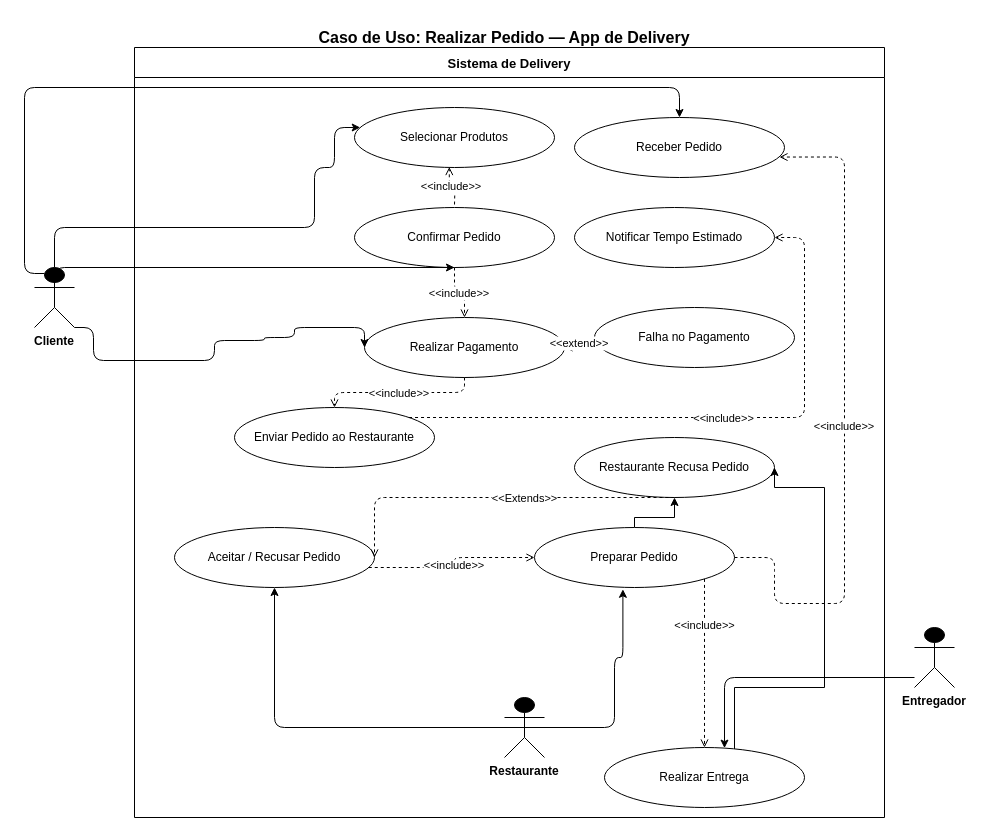
This is CasoDeUsoDelivery.drawio from J-Gabriels-dev/projectDataBase, a draw.io file, before an edit. Source tidied: cells renumbered, new cells numbered last; positions are measured from the earlier drawing's top-left corner, leaving out a move shared by most shapes. Both pictures are drawn from the tidied source at 100%, with x=0, y=0 at pixel (24, 17).
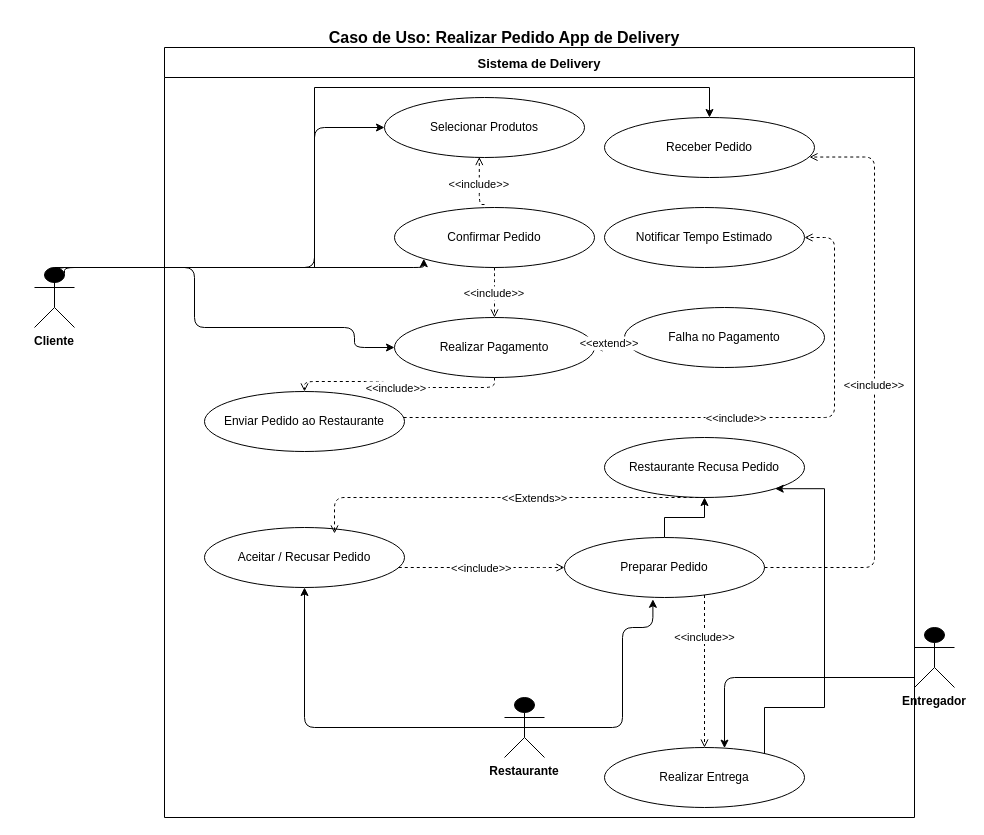
The same diagram, later.

Unchanged cells that the change refers to:
```xml
<mxCell id="6" value="Realizar Pagamento" style="ellipse;whiteSpace=wrap;html=1;fillColor=#ffffff;strokeColor=#000000;fontSize=12;" parent="3" vertex="1">
  <mxGeometry x="230" y="270" width="200" height="60" as="geometry" />
</mxCell>
<mxCell id="8" value="Aceitar / Recusar Pedido" style="ellipse;whiteSpace=wrap;html=1;fillColor=#ffffff;strokeColor=#000000;fontSize=12;" parent="3" vertex="1">
  <mxGeometry x="40" y="480" width="200" height="60" as="geometry" />
</mxCell>
<mxCell id="11" value="Receber Pedido" style="ellipse;whiteSpace=wrap;html=1;fillColor=#ffffff;strokeColor=#000000;fontSize=12;" parent="3" vertex="1">
  <mxGeometry x="440" y="70" width="210" height="60" as="geometry" />
</mxCell>
<mxCell id="14" value="Restaurante Recusa Pedido" style="ellipse;whiteSpace=wrap;html=1;fillColor=#ffffff;strokeColor=#000000;fontSize=12;" parent="3" vertex="1">
  <mxGeometry x="440" y="390" width="200" height="60" as="geometry" />
</mxCell>
<mxCell id="24" value="Cliente" style="shape=umlActor;fillColor=#000000;strokeColor=#000000;fontSize=12;fontStyle=1;verticalLabelPosition=bottom;verticalAlign=top;" parent="1" vertex="1">
  <mxGeometry x="10" y="250" width="40" height="60" as="geometry" />
</mxCell>
<mxCell id="25" value="Restaurante" style="shape=umlActor;fillColor=#000000;strokeColor=#000000;fontSize=12;fontStyle=1;verticalLabelPosition=bottom;verticalAlign=top;" parent="1" vertex="1">
  <mxGeometry x="480" y="680" width="40" height="60" as="geometry" />
</mxCell>
<mxCell id="32" value="Realizar Entrega" style="ellipse;whiteSpace=wrap;html=1;fillColor=#ffffff;strokeColor=#000000;fontSize=12;" parent="1" vertex="1">
  <mxGeometry x="580" y="730" width="200" height="60" as="geometry" />
</mxCell>
```

What changed in the source:
```diff
@@
-    <mxCell id="2" value="Caso de Uso: Realizar Pedido — App de Delivery" style="text;html=1;strokeColor=none;fillColor=none;align=center;verticalAlign=middle;whiteSpace=wrap;rounded=0;fontSize=16;fontStyle=1;" parent="1" vertex="1">
+    <mxCell id="2" value="Caso de Uso: Realizar Pedido App de Delivery" style="text;html=1;strokeColor=none;fillColor=none;align=center;verticalAlign=middle;whiteSpace=wrap;rounded=0;fontSize=16;fontStyle=1;" parent="1" vertex="1">
       <mxGeometry x="140" width="680" height="40" as="geometry" />
     </mxCell>
     <mxCell id="3" value="Sistema de Delivery" style="swimlane;startSize=30;fillColor=none;strokeColor=#000000;fontStyle=1;fontSize=13;align=center;" parent="1" vertex="1">
-      <mxGeometry x="110" y="30" width="750" height="770" as="geometry" />
+      <mxGeometry x="140" y="30" width="750" height="770" as="geometry" />
     </mxCell>
     <mxCell id="4" value="Selecionar Produtos" style="ellipse;whiteSpace=wrap;html=1;fillColor=#ffffff;strokeColor=#000000;fontSize=12;" parent="3" vertex="1">
-      <mxGeometry x="220" y="60" width="200" height="60" as="geometry" />
+      <mxGeometry x="220" y="50" width="200" height="60" as="geometry" />
     </mxCell>
     <mxCell id="5" value="Confirmar Pedido" style="ellipse;whiteSpace=wrap;html=1;fillColor=#ffffff;strokeColor=#000000;fontSize=12;" parent="3" vertex="1">
-      <mxGeometry x="220" y="160" width="200" height="60" as="geometry" />
+      <mxGeometry x="230" y="160" width="200" height="60" as="geometry" />
     </mxCell>
@@
     <mxCell id="7" value="Enviar Pedido ao Restaurante" style="ellipse;whiteSpace=wrap;html=1;fillColor=#ffffff;strokeColor=#000000;fontSize=12;" parent="3" vertex="1">
-      <mxGeometry x="100" y="360" width="200" height="60" as="geometry" />
+      <mxGeometry x="40" y="344" width="200" height="60" as="geometry" />
     </mxCell>
@@
     <mxCell id="10" value="Preparar Pedido" style="ellipse;whiteSpace=wrap;html=1;fillColor=#ffffff;strokeColor=#000000;fontSize=12;" parent="3" vertex="1">
-      <mxGeometry x="400" y="480" width="200" height="60" as="geometry" />
+      <mxGeometry x="400" y="490" width="200" height="60" as="geometry" />
     </mxCell>
@@
     <mxCell id="15" value="&lt;&lt;include&gt;&gt;" style="edgeStyle=orthogonalEdgeStyle;dashed=1;endArrow=open;endFill=0;entryX=0.474;entryY=0.992;entryDx=0;entryDy=0;entryPerimeter=0;" parent="3" edge="1" target="4">
       <mxGeometry relative="1" as="geometry">
         <mxPoint x="320" y="157" as="sourcePoint" />
+        <Array as="points">
+          <mxPoint x="315" y="157" />
+        </Array>
       </mxGeometry>
     </mxCell>
     <mxCell id="16" value="&lt;&lt;include&gt;&gt;" style="edgeStyle=orthogonalEdgeStyle;dashed=1;endArrow=open;endFill=0;" parent="3" edge="1" source="5" target="6">
-      <mxGeometry relative="1" as="geometry" />
+      <mxGeometry relative="1" as="geometry">
+        <Array as="points">
+          <mxPoint x="330" y="230" />
+          <mxPoint x="330" y="230" />
+        </Array>
+      </mxGeometry>
     </mxCell>
@@
     <mxCell id="20" value="&lt;&lt;include&gt;&gt;" style="edgeStyle=orthogonalEdgeStyle;dashed=1;endArrow=open;endFill=0;" parent="3" edge="1" source="8" target="10">
       <mxGeometry relative="1" as="geometry">
         <Array as="points">
-          <mxPoint x="320" y="520" />
-          <mxPoint x="320" y="510" />
+          <mxPoint x="370" y="520" />
+          <mxPoint x="370" y="520" />
         </Array>
       </mxGeometry>
     </mxCell>
-    <mxCell id="21" style="edgeStyle=orthogonalEdgeStyle;dashed=1;endArrow=open;endFill=0;" parent="3" edge="1" source="14" target="8">
+    <mxCell id="21" style="edgeStyle=orthogonalEdgeStyle;dashed=1;endArrow=open;endFill=0;entryX=0.65;entryY=0.1;entryDx=0;entryDy=0;entryPerimeter=0;" parent="3" edge="1" source="14" target="8">
       <mxGeometry x="-0.33" y="40" relative="1" as="geometry">
         <Array as="points">
-          <mxPoint x="240" y="450" />
+          <mxPoint x="170" y="450" />
         </Array>
       </mxGeometry>
     </mxCell>
@@
     <mxCell id="23" value="&lt;&lt;include&gt;&gt;" style="edgeStyle=orthogonalEdgeStyle;dashed=1;endArrow=open;endFill=0;entryX=0.976;entryY=0.659;entryDx=0;entryDy=0;exitX=1;exitY=0.5;exitDx=0;exitDy=0;entryPerimeter=0;" parent="3" edge="1" source="10" target="11">
       <mxGeometry relative="1" as="geometry">
         <Array as="points">
-          <mxPoint x="640" y="526" />
-          <mxPoint x="640" y="556" />
-          <mxPoint x="710" y="556" />
+          <mxPoint x="640" y="520" />
+          <mxPoint x="640" y="520" />
+          <mxPoint x="710" y="520" />
           <mxPoint x="710" y="110" />
-          <mxPoint x="660" y="110" />
         </Array>
       </mxGeometry>
     </mxCell>
+    <mxCell id="36" style="edgeStyle=orthogonalEdgeStyle;rounded=0;jettySize=auto;html=1;exitX=0.5;exitY=0;exitDx=0;exitDy=0;exitPerimeter=0;entryX=0.5;entryY=0;entryDx=0;entryDy=0;" parent="1" edge="1" source="24" target="11">
+      <mxGeometry relative="1" as="geometry">
+        <Array as="points">
+          <mxPoint x="290" y="250" />
+          <mxPoint x="290" y="70" />
+          <mxPoint x="685" y="70" />
+        </Array>
+      </mxGeometry>
+    </mxCell>
@@
     <mxCell id="27" style="edgeStyle=orthogonalEdgeStyle;" parent="1" edge="1" source="24" target="4">
       <mxGeometry relative="1" as="geometry">
         <Array as="points">
-          <mxPoint x="30" y="210" />
-          <mxPoint x="290" y="210" />
-          <mxPoint x="290" y="150" />
-          <mxPoint x="310" y="150" />
-          <mxPoint x="310" y="110" />
+          <mxPoint x="290" y="250" />
+          <mxPoint x="290" y="110" />
         </Array>
       </mxGeometry>
     </mxCell>
-    <mxCell id="28" style="edgeStyle=orthogonalEdgeStyle;exitX=0.5;exitY=0.5;exitDx=0;exitDy=0;exitPerimeter=0;" parent="1" edge="1" source="24" target="5">
+    <mxCell id="28" style="edgeStyle=orthogonalEdgeStyle;exitX=0.5;exitY=0.5;exitDx=0;exitDy=0;exitPerimeter=0;entryX=0;entryY=1;entryDx=0;entryDy=0;" parent="1" edge="1" source="24" target="5">
       <mxGeometry relative="1" as="geometry">
         <Array as="points">
           <mxPoint x="30" y="250" />
-          <mxPoint x="450" y="250" />
+          <mxPoint x="399" y="250" />
         </Array>
       </mxGeometry>
     </mxCell>
@@
     <mxCell id="30" style="edgeStyle=orthogonalEdgeStyle;exitX=0.5;exitY=0.5;exitDx=0;exitDy=0;exitPerimeter=0;entryX=0.442;entryY=1.03;entryDx=0;entryDy=0;entryPerimeter=0;" parent="1" edge="1" source="25" target="10">
       <mxGeometry relative="1" as="geometry">
         <Array as="points">
-          <mxPoint x="590" y="710" />
-          <mxPoint x="590" y="640" />
-          <mxPoint x="598" y="640" />
+          <mxPoint x="598" y="710" />
+          <mxPoint x="598" y="610" />
+          <mxPoint x="628" y="610" />
         </Array>
       </mxGeometry>
     </mxCell>
@@
-    <mxCell id="35" style="edgeStyle=orthogonalEdgeStyle;rounded=0;jettySize=auto;html=1;entryX=1;entryY=0.5;entryDx=0;entryDy=0;" parent="1" edge="1" source="32" target="14">
+    <mxCell id="35" style="edgeStyle=orthogonalEdgeStyle;rounded=0;jettySize=auto;html=1;entryX=1;entryY=1;entryDx=0;entryDy=0;" parent="1" edge="1" source="32" target="14">
       <mxGeometry relative="1" as="geometry">
         <Array as="points">
-          <mxPoint x="710" y="670" />
-          <mxPoint x="800" y="670" />
-          <mxPoint x="800" y="470" />
+          <mxPoint x="740" y="690" />
+          <mxPoint x="800" y="690" />
+          <mxPoint x="800" y="471" />
         </Array>
       </mxGeometry>
     </mxCell>
-    <mxCell id="36" style="edgeStyle=orthogonalEdgeStyle;exitX=0.25;exitY=0.1;exitDx=0;exitDy=0;exitPerimeter=0;entryX=0.5;entryY=0;entryDx=0;entryDy=0;" parent="1" edge="1" source="24" target="11">
-      <mxGeometry relative="1" as="geometry">
-        <Array as="points">
-          <mxPoint y="256" />
-          <mxPoint y="70" />
-          <mxPoint x="655" y="70" />
-        </Array>
-      </mxGeometry>
-    </mxCell>
-    <mxCell id="37" style="edgeStyle=orthogonalEdgeStyle;entryX=0;entryY=0.5;entryDx=0;entryDy=0;exitX=1;exitY=1;exitDx=0;exitDy=0;exitPerimeter=0;" parent="1" edge="1" source="24" target="6">
+    <mxCell id="37" style="edgeStyle=orthogonalEdgeStyle;exitX=0.75;exitY=0.1;exitDx=0;exitDy=0;exitPerimeter=0;entryX=0;entryY=0.5;entryDx=0;entryDy=0;" parent="1" edge="1" source="24" target="6">
       <mxGeometry relative="1" as="geometry">
         <Array as="points">
-          <mxPoint x="69" y="310" />
-          <mxPoint x="69" y="343" />
-          <mxPoint x="190" y="343" />
-          <mxPoint x="190" y="323" />
-          <mxPoint x="240" y="323" />
-          <mxPoint x="240" y="320" />
-          <mxPoint x="270" y="320" />
-          <mxPoint x="270" y="310" />
-          <mxPoint x="340" y="310" />
-          <mxPoint x="340" y="330" />
+          <mxPoint x="40" y="250" />
+          <mxPoint x="170" y="250" />
+          <mxPoint x="170" y="310" />
+          <mxPoint x="330" y="310" />
+          <mxPoint x="330" y="330" />
         </Array>
       </mxGeometry>
     </mxCell>
```
